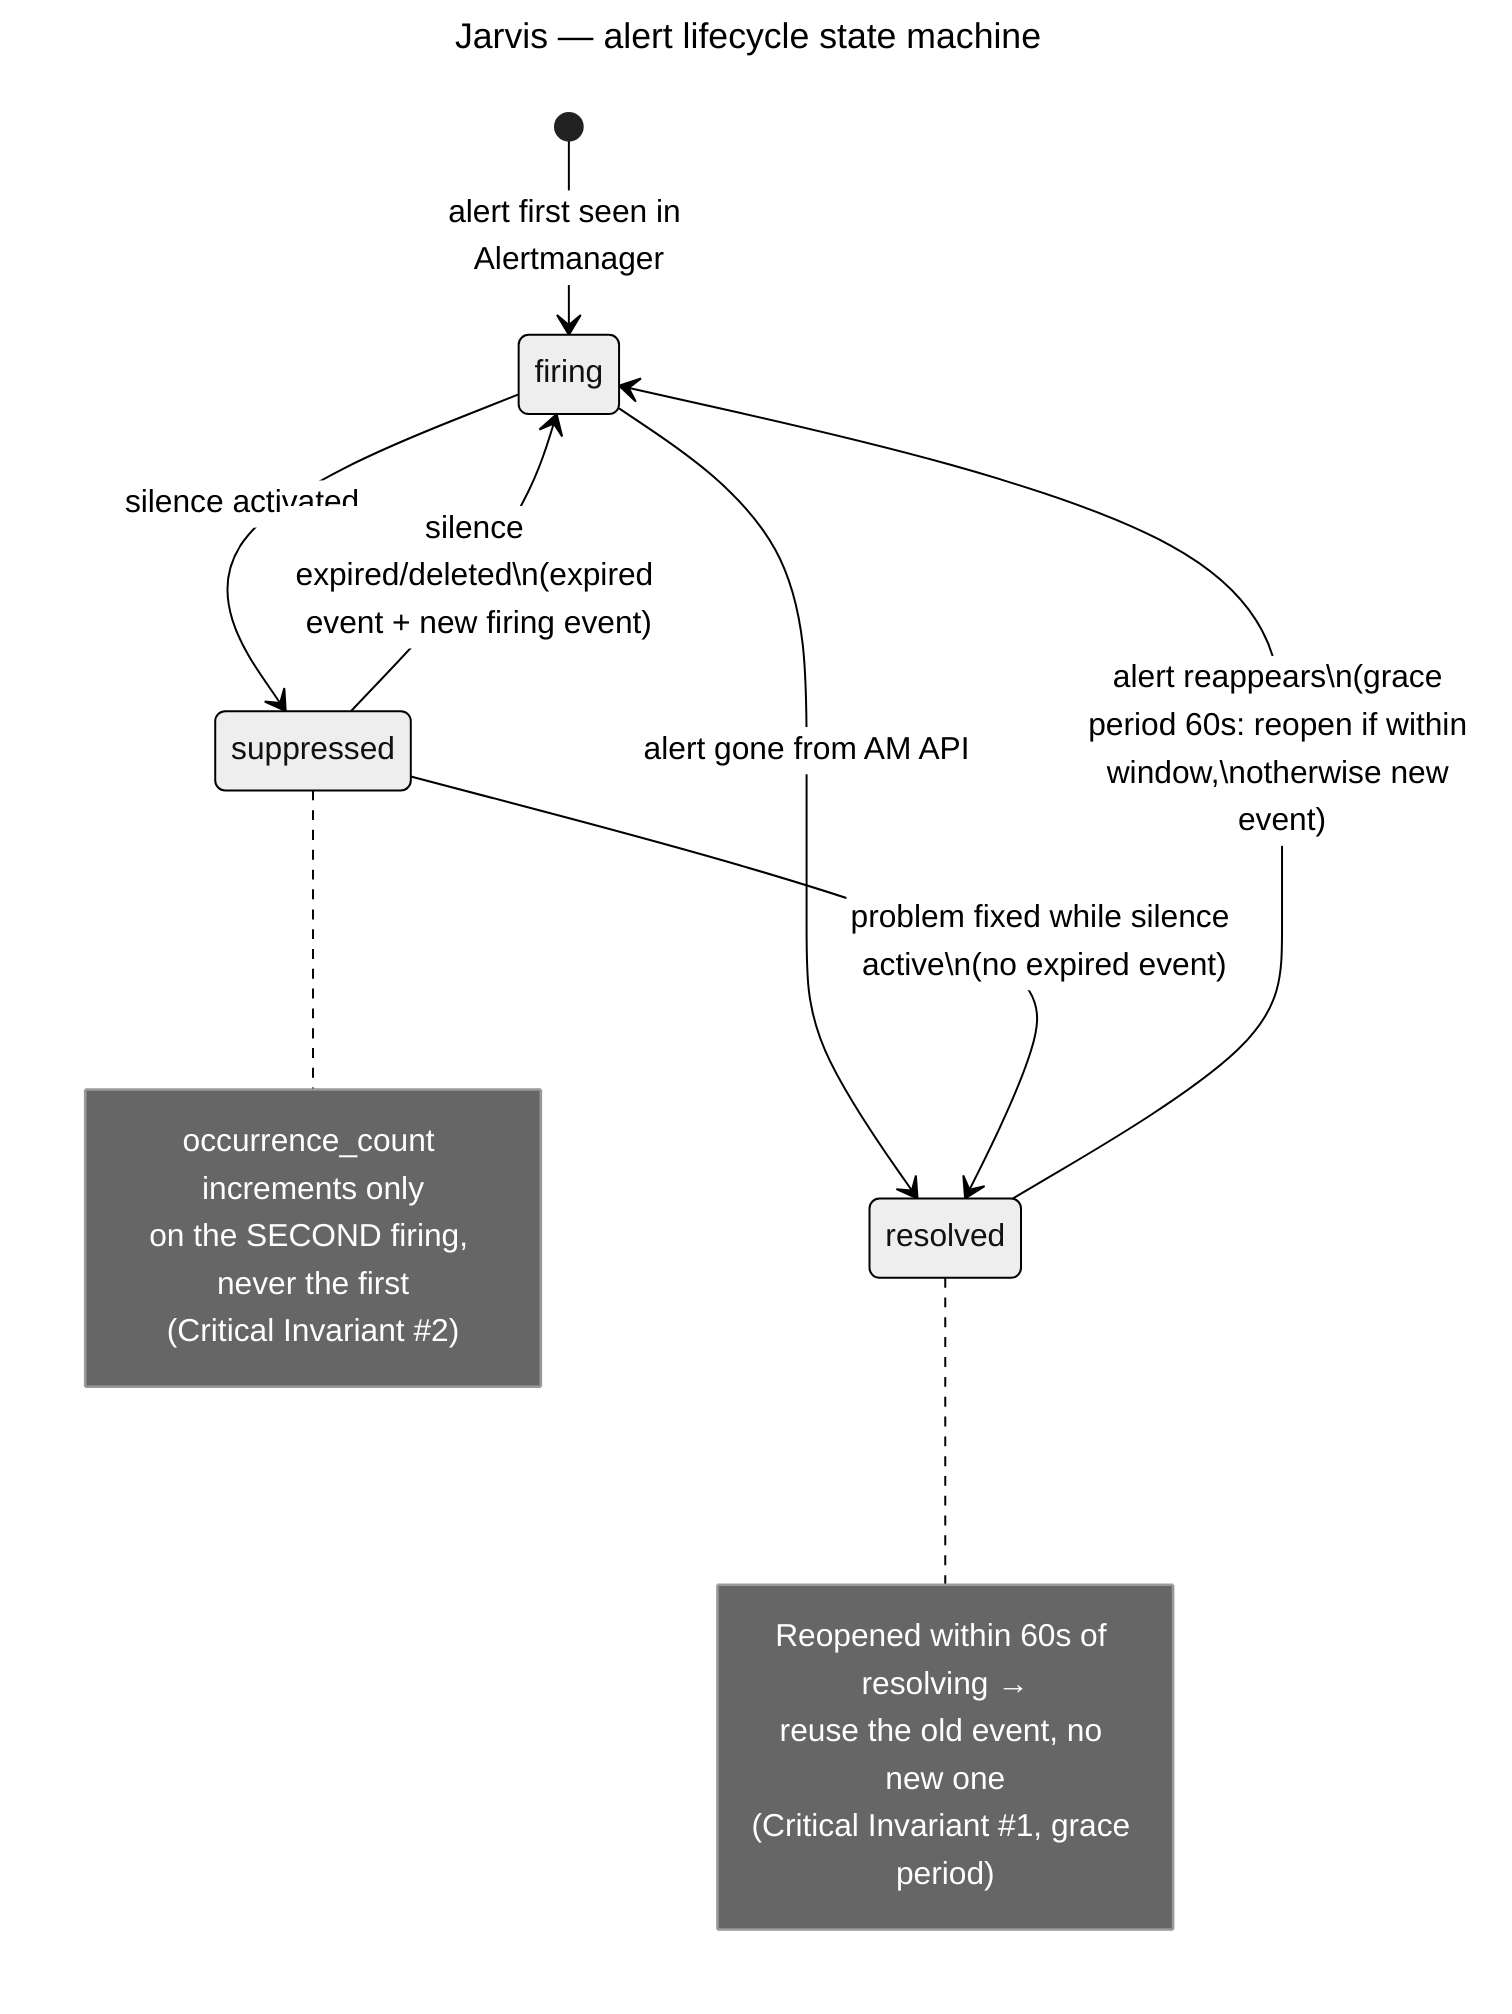
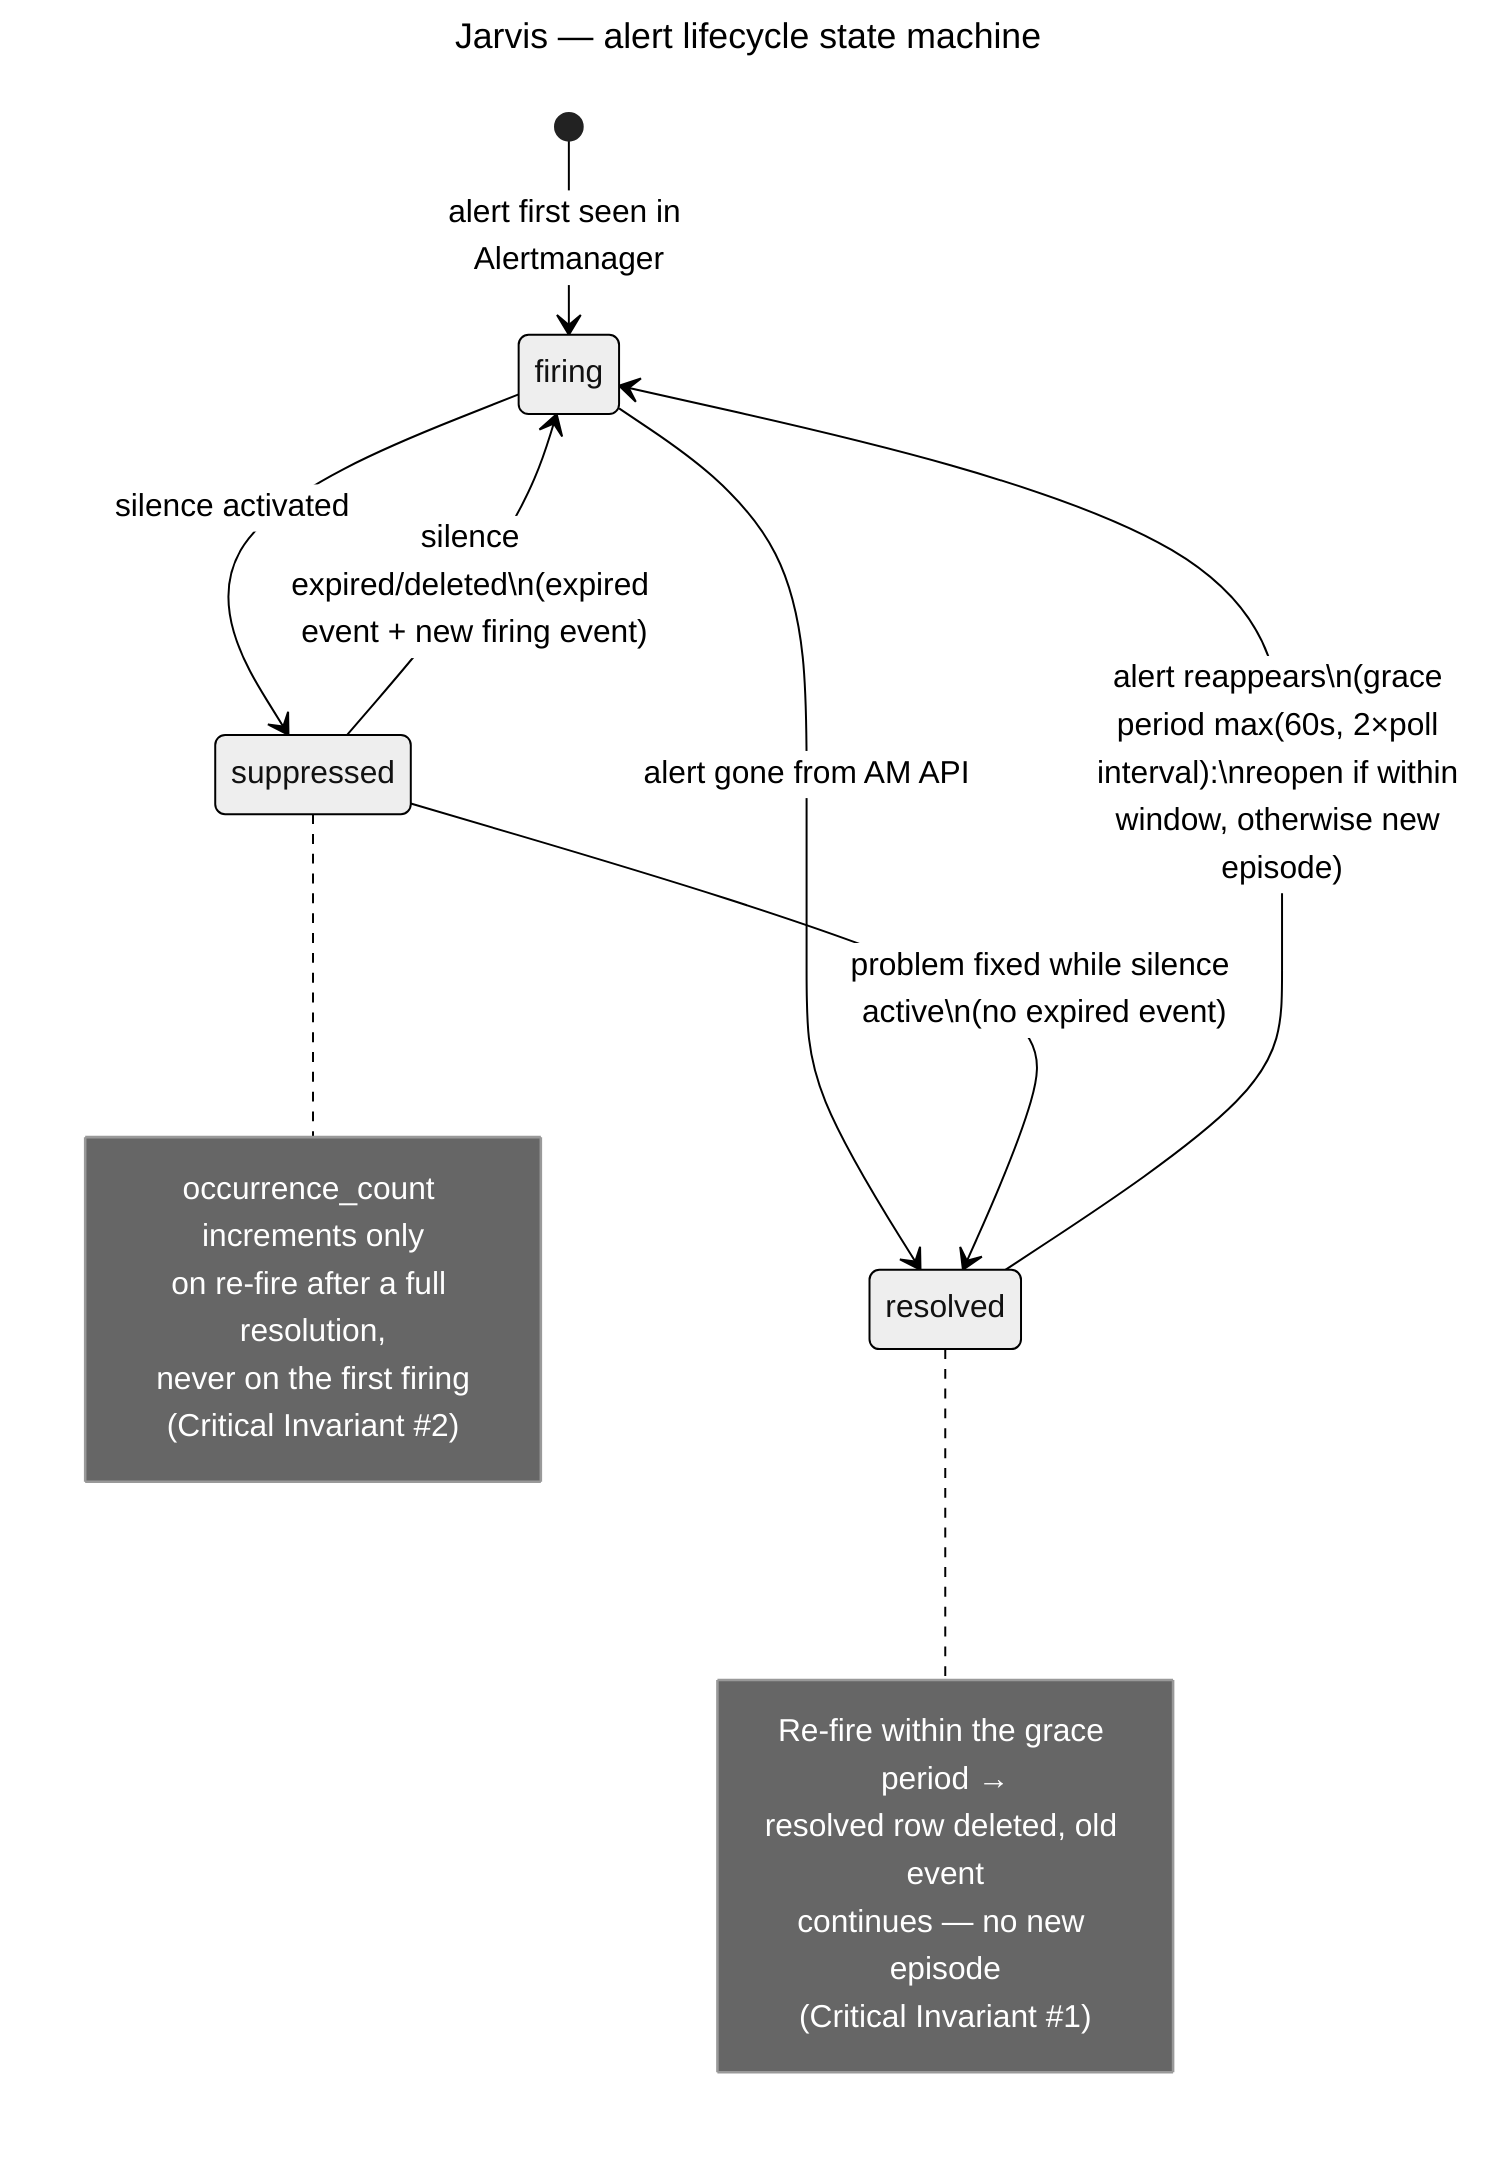
---
title: Jarvis — alert lifecycle state machine
config:
  theme: neutral
---
stateDiagram-v2
    [*] --> firing: alert first seen in Alertmanager

    firing --> suppressed: silence activated
    firing --> resolved: alert gone from AM API

    suppressed --> firing: silence expired/deleted\n(expired event + new firing event)
    suppressed --> resolved: problem fixed while silence active\n(no expired event)

-     resolved --> firing: alert reappears\n(grace period 60s: reopen if within window,\notherwise new event)
+     resolved --> firing: alert reappears\n(grace period max(60s, 2×poll interval):\nreopen if within window, otherwise new episode)

    note right of suppressed
        occurrence_count increments only
-         on the SECOND firing, never the first
+         on re-fire after a full resolution,
+         never on the first firing
        (Critical Invariant #2)
    end note

    note right of resolved
-         Reopened within 60s of resolving →
-         reuse the old event, no new one
-         (Critical Invariant #1, grace period)
+         Re-fire within the grace period →
+         resolved row deleted, old event
+         continues — no new episode
+         (Critical Invariant #1)
    end note
